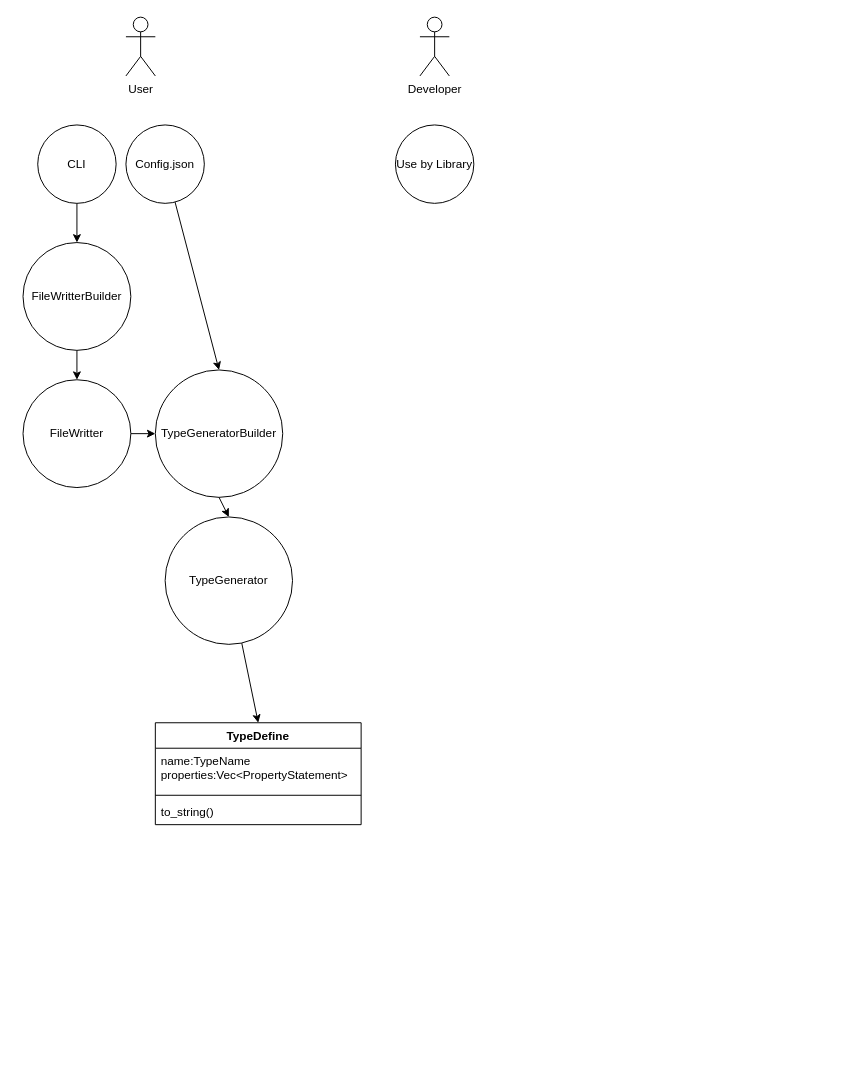
u-kai/type-gen keeps this draw.io diagram as docs/archtecture.dio. Above is the earlier version. Source tidied: cells renumbered, new cells numbered last; positions are measured from the earlier drawing's top-left corner, leaving out a move shared by most shapes. Both pictures are drawn from the tidied source at 98%, with x=0, y=0 at pixel (23, 17).
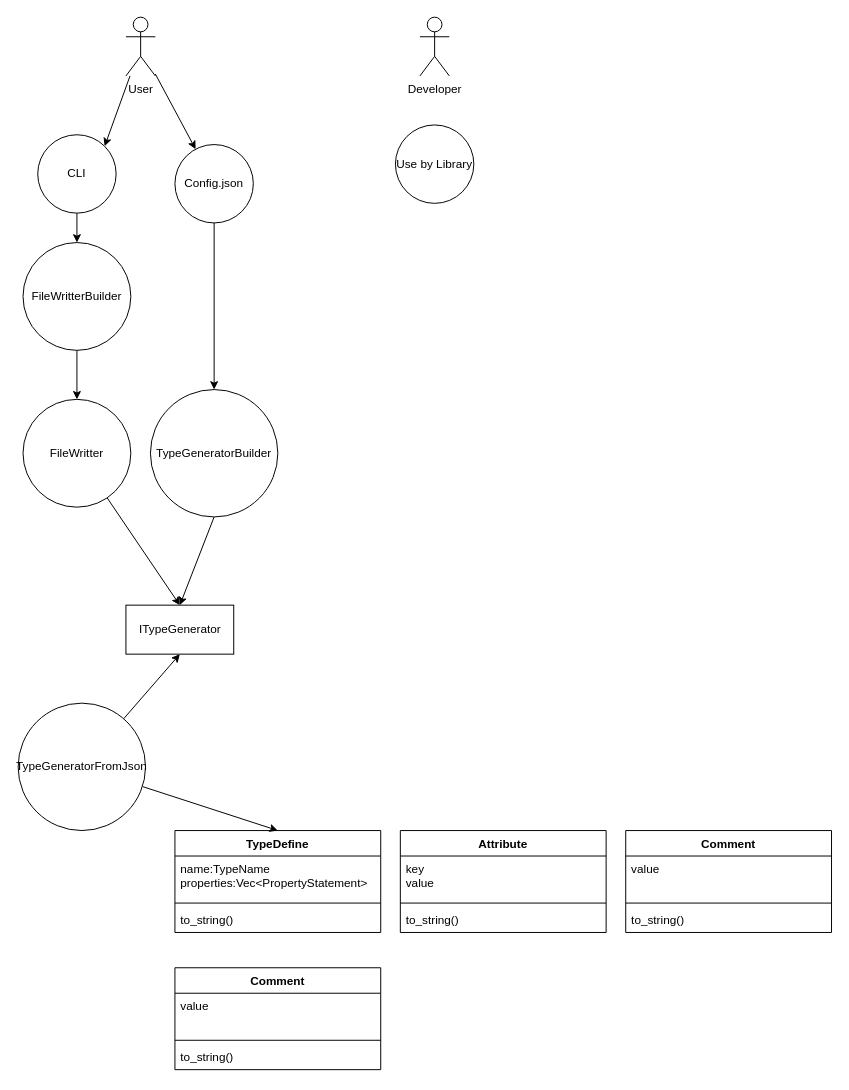
After the change.

Unchanged cells that the change refers to:
```xml
<mxCell id="2" value="User" style="shape=umlActor;verticalLabelPosition=bottom;verticalAlign=top;html=1;outlineConnect=0;" parent="1" vertex="1">
  <mxGeometry x="105" width="30" height="60" as="geometry" />
</mxCell>
```

Change to the diagram source:
```diff
@@
+    <mxCell id="21" style="edgeStyle=none;html=1;entryX=1;entryY=0;entryDx=0;entryDy=0;" parent="1" edge="1" source="2" target="5">
+      <mxGeometry relative="1" as="geometry" />
+    </mxCell>
+    <mxCell id="22" style="edgeStyle=none;html=1;" parent="1" edge="1" source="2" target="7">
+      <mxGeometry relative="1" as="geometry" />
+    </mxCell>
@@
     <mxCell id="5" value="CLI" style="ellipse;whiteSpace=wrap;html=1;" parent="1" vertex="1">
-      <mxGeometry x="15" y="110" width="80" height="80" as="geometry" />
+      <mxGeometry x="15" y="120" width="80" height="80" as="geometry" />
     </mxCell>
@@
     <mxCell id="7" value="Config.json" style="ellipse;whiteSpace=wrap;html=1;" parent="1" vertex="1">
-      <mxGeometry x="105" y="110" width="80" height="80" as="geometry" />
+      <mxGeometry x="155" y="130" width="80" height="80" as="geometry" />
     </mxCell>
@@
     <mxCell id="9" value="TypeDefine" style="swimlane;fontStyle=1;align=center;verticalAlign=top;horizontal=1;startSize=26;" parent="1" vertex="1">
-      <mxGeometry x="135" y="720" width="210" height="104" as="geometry" />
+      <mxGeometry x="155" y="830" width="210" height="104" as="geometry" />
     </mxCell>
@@
-    <mxCell id="15" style="edgeStyle=none;html=1;exitX=0.5;exitY=1;exitDx=0;exitDy=0;entryX=0.5;entryY=0;entryDx=0;entryDy=0;" parent="1" edge="1" source="16" target="20">
+    <mxCell id="15" style="edgeStyle=none;html=1;exitX=0.5;exitY=1;exitDx=0;exitDy=0;entryX=0.5;entryY=0;entryDx=0;entryDy=0;" parent="1" edge="1" source="16" target="25">
       <mxGeometry relative="1" as="geometry" />
     </mxCell>
     <mxCell id="16" value="TypeGeneratorBuilder&lt;br&gt;" style="ellipse;whiteSpace=wrap;html=1;" parent="1" vertex="1">
-      <mxGeometry x="135" y="360" width="130" height="130" as="geometry" />
+      <mxGeometry x="130" y="380" width="130" height="130" as="geometry" />
     </mxCell>
-    <mxCell id="17" style="edgeStyle=none;html=1;entryX=0;entryY=0.5;entryDx=0;entryDy=0;" parent="1" edge="1" source="18" target="16">
-      <mxGeometry relative="1" as="geometry" />
-    </mxCell>
+    <mxCell id="23" style="edgeStyle=none;html=1;entryX=0.5;entryY=0;entryDx=0;entryDy=0;" parent="1" edge="1" source="18" target="25">
+      <mxGeometry relative="1" as="geometry" />
+    </mxCell>
     <mxCell id="18" value="FileWritter" style="ellipse;whiteSpace=wrap;html=1;" parent="1" vertex="1">
-      <mxGeometry y="370" width="110" height="110" as="geometry" />
+      <mxGeometry y="390" width="110" height="110" as="geometry" />
     </mxCell>
@@
+    <mxCell id="24" style="edgeStyle=none;html=1;entryX=0.5;entryY=1;entryDx=0;entryDy=0;" parent="1" edge="1" source="20" target="25">
+      <mxGeometry relative="1" as="geometry" />
+    </mxCell>
-    <mxCell id="20" value="TypeGenerator" style="ellipse;whiteSpace=wrap;html=1;" parent="1" vertex="1">
-      <mxGeometry x="145" y="510" width="130" height="130" as="geometry" />
+    <mxCell id="20" value="TypeGeneratorFromJson" style="ellipse;whiteSpace=wrap;html=1;" parent="1" vertex="1">
+      <mxGeometry x="-5" y="700" width="130" height="130" as="geometry" />
     </mxCell>
+    <mxCell id="25" value="ITypeGenerator" style="html=1;" parent="1" vertex="1">
+      <mxGeometry x="105" y="600" width="110" height="50" as="geometry" />
+    </mxCell>
+    <mxCell id="26" value="Attribute" style="swimlane;fontStyle=1;align=center;verticalAlign=top;horizontal=1;startSize=26;" parent="1" vertex="1">
+      <mxGeometry x="385" y="830" width="210" height="104" as="geometry" />
+    </mxCell>
+    <mxCell id="27" value="key&#10;value" style="text;strokeColor=none;fillColor=none;align=left;verticalAlign=top;spacingLeft=4;spacingRight=4;overflow=hidden;" parent="26" vertex="1">
+      <mxGeometry y="26" width="210" height="44" as="geometry" />
+    </mxCell>
+    <mxCell id="28" style="line;strokeWidth=1;fillColor=none;align=left;verticalAlign=middle;spacingTop=-1;spacingLeft=3;spacingRight=3;labelPosition=right;" parent="26" vertex="1">
+      <mxGeometry y="70" width="210" height="8" as="geometry" />
+    </mxCell>
+    <mxCell id="29" value="to_string()" style="text;strokeColor=none;fillColor=none;align=left;verticalAlign=top;spacingLeft=4;spacingRight=4;overflow=hidden;" parent="26" vertex="1">
+      <mxGeometry y="78" width="210" height="26" as="geometry" />
+    </mxCell>
+    <mxCell id="30" value="Comment" style="swimlane;fontStyle=1;align=center;verticalAlign=top;horizontal=1;startSize=26;" parent="1" vertex="1">
+      <mxGeometry x="615" y="830" width="210" height="104" as="geometry" />
+    </mxCell>
+    <mxCell id="31" value="value" style="text;strokeColor=none;fillColor=none;align=left;verticalAlign=top;spacingLeft=4;spacingRight=4;overflow=hidden;" parent="30" vertex="1">
+      <mxGeometry y="26" width="210" height="44" as="geometry" />
+    </mxCell>
+    <mxCell id="32" style="line;strokeWidth=1;fillColor=none;align=left;verticalAlign=middle;spacingTop=-1;spacingLeft=3;spacingRight=3;labelPosition=right;" parent="30" vertex="1">
+      <mxGeometry y="70" width="210" height="8" as="geometry" />
+    </mxCell>
+    <mxCell id="33" value="to_string()" style="text;strokeColor=none;fillColor=none;align=left;verticalAlign=top;spacingLeft=4;spacingRight=4;overflow=hidden;" parent="30" vertex="1">
+      <mxGeometry y="78" width="210" height="26" as="geometry" />
+    </mxCell>
+    <mxCell id="34" value="Comment" style="swimlane;fontStyle=1;align=center;verticalAlign=top;horizontal=1;startSize=26;" parent="1" vertex="1">
+      <mxGeometry x="155" y="970" width="210" height="104" as="geometry" />
+    </mxCell>
+    <mxCell id="35" value="value" style="text;strokeColor=none;fillColor=none;align=left;verticalAlign=top;spacingLeft=4;spacingRight=4;overflow=hidden;" parent="34" vertex="1">
+      <mxGeometry y="26" width="210" height="44" as="geometry" />
+    </mxCell>
+    <mxCell id="36" style="line;strokeWidth=1;fillColor=none;align=left;verticalAlign=middle;spacingTop=-1;spacingLeft=3;spacingRight=3;labelPosition=right;" parent="34" vertex="1">
+      <mxGeometry y="70" width="210" height="8" as="geometry" />
+    </mxCell>
+    <mxCell id="37" value="to_string()" style="text;strokeColor=none;fillColor=none;align=left;verticalAlign=top;spacingLeft=4;spacingRight=4;overflow=hidden;" parent="34" vertex="1">
+      <mxGeometry y="78" width="210" height="26" as="geometry" />
+    </mxCell>
```
